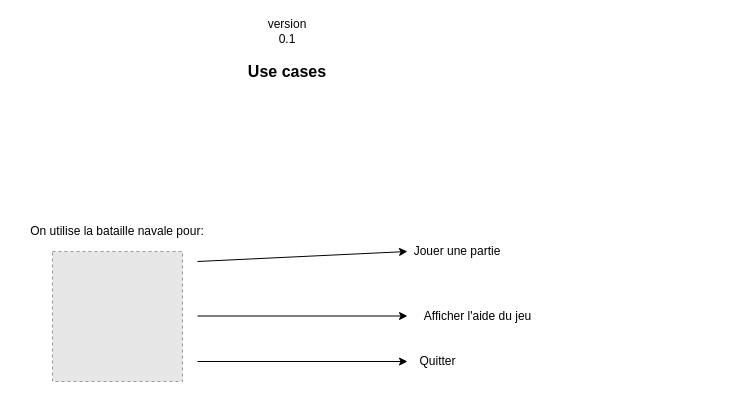
Earlier version of the draw.io diagram Documentation/Use cases Diagram.drawio (tvarlindo/Bataille-Navale-2021). Source tidied: cells renumbered, new cells numbered last; positions are measured from the earlier drawing's top-left corner, leaving out a move shared by most shapes. Both pictures are drawn from the tidied source at 100%, with x=0, y=0 at pixel (17, 21). Pictures stored in the file or linked from it are replaced by grey dashed boxes.
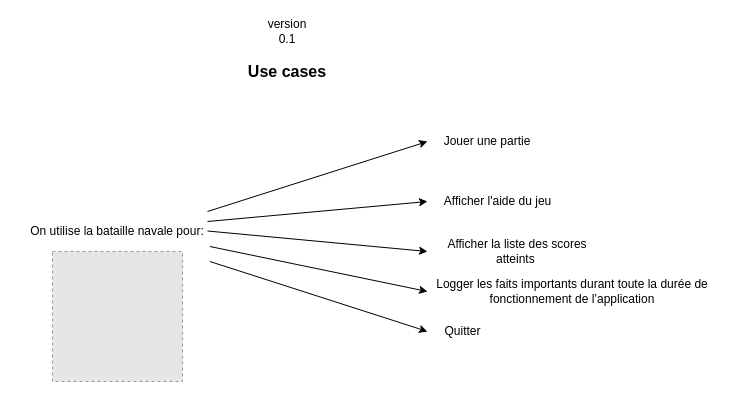
The same page after the edit.

The change refers to these unchanged cells:
```xml
<mxCell id="4" value="On utilise la bataille navale pour:" style="text;html=1;strokeColor=none;fillColor=none;align=center;verticalAlign=middle;whiteSpace=wrap;rounded=0;" parent="1" vertex="1">
  <mxGeometry y="200" width="200" height="20" as="geometry" />
</mxCell>
```

What changed in the source:
```diff
@@
     <mxCell id="6" style="endArrow=classic;html=1;" parent="1" edge="1">
       <mxGeometry relative="1" as="geometry">
-        <mxPoint x="180" y="240" as="sourcePoint" />
-        <mxPoint x="390" y="230" as="targetPoint" />
+        <mxPoint x="190" y="190" as="sourcePoint" />
+        <mxPoint x="410" y="120" as="targetPoint" />
       </mxGeometry>
     </mxCell>
     <mxCell id="7" style="endArrow=classic;html=1;" parent="1" edge="1">
       <mxGeometry relative="1" as="geometry">
-        <mxPoint x="180" y="294.5" as="sourcePoint" />
-        <mxPoint x="390" y="294.5" as="targetPoint" />
+        <mxPoint x="190" y="200" as="sourcePoint" />
+        <mxPoint x="410" y="180" as="targetPoint" />
       </mxGeometry>
     </mxCell>
     <mxCell id="8" value="Afficher l'aide du jeu" style="text;html=1;align=center;verticalAlign=middle;" parent="1" vertex="1">
-      <mxGeometry x="400" y="285" width="120" height="20" as="geometry" />
+      <mxGeometry x="420" y="170" width="120" height="20" as="geometry" />
     </mxCell>
     <mxCell id="9" value="Jouer une partie" style="text;html=1;strokeColor=none;fillColor=none;align=center;verticalAlign=middle;whiteSpace=wrap;rounded=0;" parent="1" vertex="1">
-      <mxGeometry x="390" y="220" width="100" height="20" as="geometry" />
+      <mxGeometry x="420" y="110" width="100" height="20" as="geometry" />
     </mxCell>
-    <mxCell id="10" style="endArrow=classic;html=1;" parent="1" edge="1">
+    <mxCell id="10" style="endArrow=classic;html=1;exitX=0.962;exitY=1.25;exitDx=0;exitDy=0;exitPerimeter=0;" parent="1" edge="1" source="4">
       <mxGeometry relative="1" as="geometry">
-        <mxPoint x="180" y="340" as="sourcePoint" />
-        <mxPoint x="390" y="340" as="targetPoint" />
+        <mxPoint x="410" y="270" as="targetPoint" />
       </mxGeometry>
     </mxCell>
     <mxCell id="11" value="Quitter" style="text;html=1;align=center;verticalAlign=middle;" parent="1" vertex="1">
-      <mxGeometry x="395" y="330" width="50" height="20" as="geometry" />
+      <mxGeometry x="420" y="300" width="50" height="20" as="geometry" />
     </mxCell>
+    <mxCell id="12" style="endArrow=classic;html=1;" parent="1" edge="1">
+      <mxGeometry relative="1" as="geometry">
+        <mxPoint x="190" y="209.5" as="sourcePoint" />
+        <mxPoint x="410" y="230" as="targetPoint" />
+      </mxGeometry>
+    </mxCell>
+    <mxCell id="13" value="Afficher la liste des scores atteints&amp;nbsp;" style="text;html=1;strokeColor=none;fillColor=none;align=center;verticalAlign=middle;whiteSpace=wrap;rounded=0;" parent="1" vertex="1">
+      <mxGeometry x="420" y="220" width="160" height="20" as="geometry" />
+    </mxCell>
+    <mxCell id="14" value="Logger les faits importants durant toute la durée de fonctionnement de l’application" style="text;html=1;strokeColor=none;fillColor=none;align=center;verticalAlign=middle;whiteSpace=wrap;rounded=0;" parent="1" vertex="1">
+      <mxGeometry x="410" y="260" width="290" height="20" as="geometry" />
+    </mxCell>
+    <mxCell id="15" style="endArrow=classic;html=1;exitX=0.962;exitY=1.25;exitDx=0;exitDy=0;exitPerimeter=0;" parent="1" edge="1">
+      <mxGeometry relative="1" as="geometry">
+        <mxPoint x="192.4" y="240" as="sourcePoint" />
+        <mxPoint x="410" y="310" as="targetPoint" />
+      </mxGeometry>
+    </mxCell>
```
